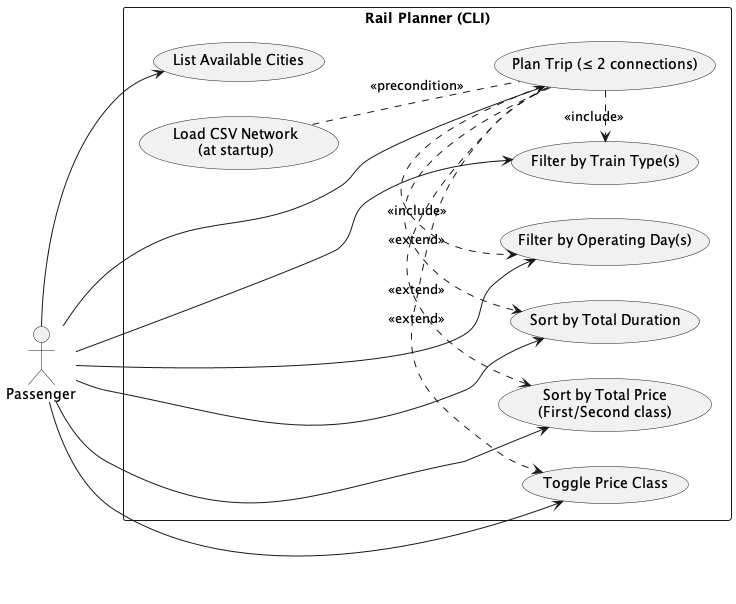
Earlier version of the PlantUML export src/Iteration_1/docs/images/use case diagram.png (SamuelVachon/SOEN342). Source of this version:
```plantuml
@startuml use case diagram
left to right direction
actor Passenger as User

rectangle "Rail Planner (CLI)" {
  usecase "Load CSV Network\n(at startup)" as UC_Load
  usecase "List Available Cities" as UC_List
  usecase "Plan Trip (≤ 2 connections)" as UC_Plan
  usecase "Filter by Train Type(s)" as UC_FilterType
  usecase "Filter by Operating Day(s)" as UC_FilterDay
  usecase "Sort by Total Duration" as UC_SortDur
  usecase "Sort by Total Price\n(First/Second class)" as UC_SortPrice
  usecase "Toggle Price Class" as UC_Toggle
}

User --> UC_List
User --> UC_Plan
User --> UC_SortDur
User --> UC_SortPrice
User --> UC_Toggle
User --> UC_FilterType
User --> UC_FilterDay

UC_Plan .> UC_FilterType : <<include>>
UC_Plan .> UC_FilterDay  : <<include>>
UC_Plan .> UC_SortDur    : <<extend>>
UC_Plan .> UC_SortPrice  : <<extend>>
UC_Plan .> UC_Toggle     : <<extend>>
UC_Load .. UC_Plan       : <<precondition>>
@enduml
```
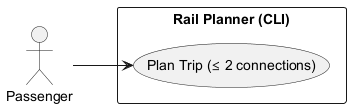
After the commit.

What changed in the source:
```diff
@@ -3,28 +3,9 @@
 actor Passenger as User
 
 rectangle "Rail Planner (CLI)" {
-  usecase "Load CSV Network\n(at startup)" as UC_Load
-  usecase "List Available Cities" as UC_List
   usecase "Plan Trip (≤ 2 connections)" as UC_Plan
-  usecase "Filter by Train Type(s)" as UC_FilterType
-  usecase "Filter by Operating Day(s)" as UC_FilterDay
-  usecase "Sort by Total Duration" as UC_SortDur
-  usecase "Sort by Total Price\n(First/Second class)" as UC_SortPrice
-  usecase "Toggle Price Class" as UC_Toggle
 }
 
-User --> UC_List
 User --> UC_Plan
-User --> UC_SortDur
-User --> UC_SortPrice
-User --> UC_Toggle
-User --> UC_FilterType
-User --> UC_FilterDay
 
-UC_Plan .> UC_FilterType : <<include>>
-UC_Plan .> UC_FilterDay  : <<include>>
-UC_Plan .> UC_SortDur    : <<extend>>
-UC_Plan .> UC_SortPrice  : <<extend>>
-UC_Plan .> UC_Toggle     : <<extend>>
-UC_Load .. UC_Plan       : <<precondition>>
 @enduml
```
